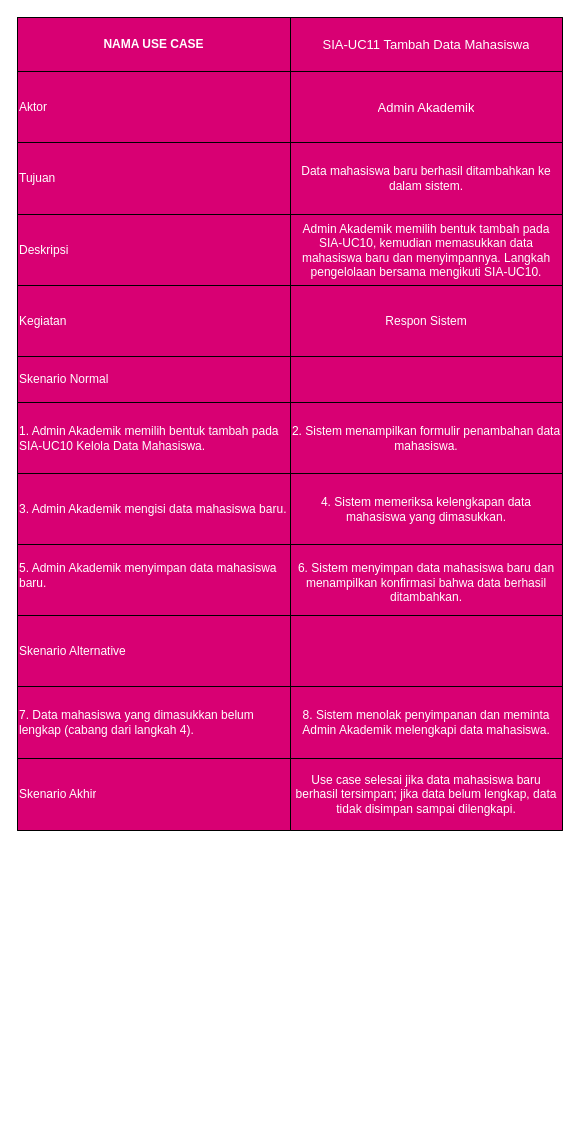
The draw.io diagram page "SIA - UC11" (6 of 8) of 04_model_analisis/P05/SIA/P05_2406006_SIA_skenario_v01.drawio in RahmatAP/IFRWP5149_2406006_LabAlat, before the edit. Source tidied: cells renumbered, new cells numbered last; positions are measured from the earlier drawing's top-left corner, leaving out a move shared by most shapes. Both pictures are drawn from the tidied source at 100%, with x=0, y=0 at pixel (17, 17).
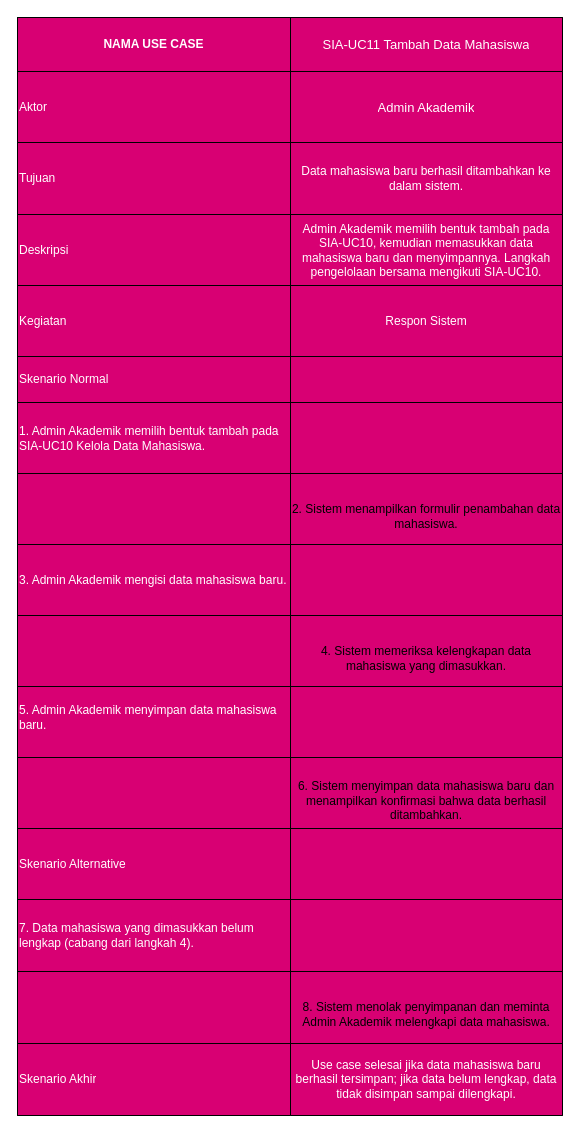
Above is the later version.

Unchanged cells that the change refers to:
```xml
<mxCell id="21" style="shape=tableRow;horizontal=0;startSize=0;swimlaneHead=0;swimlaneBody=0;fillColor=none;fixedHeader=1;labelBorderColor=none;swimlaneFillColor=light-dark(#D80073,transparent);strokeColor=light-dark(#000000,#000000);fontColor=#ffffff;" parent="2" vertex="1">
  <mxGeometry y="385" width="545" height="71" as="geometry" />
</mxCell>
```

What changed in the source:
```diff
@@
     <mxCell id="2" style="shape=table;startSize=0;childLayout=tableLayout;fixedHeader=1;tableRender=collapsed;labelBorderColor=none;swimlaneFillColor=light-dark(#D80073,transparent);strokeColor=light-dark(#000000,#000000);fontColor=#ffffff;" parent="1" vertex="1">
-      <mxGeometry width="545" height="812.5" as="geometry" />
+      <mxGeometry width="545" height="1097.5" as="geometry" />
     </mxCell>
@@
-    <mxCell id="23" value="2. Sistem menampilkan formulir penambahan data mahasiswa." style="shape=partialRectangle;html=1;whiteSpace=wrap;overflow=hidden;labelBorderColor=none;fillColor=light-dark(#D80073,transparent);strokeColor=light-dark(#000000,#000000);fontColor=#ffffff;" parent="21" vertex="1">
+    <mxCell id="23" style="shape=partialRectangle;html=1;whiteSpace=wrap;overflow=hidden;labelBorderColor=none;fillColor=light-dark(#D80073,transparent);strokeColor=light-dark(#000000,#000000);fontColor=#ffffff;" parent="21" vertex="1">
       <mxGeometry x="273" width="272" height="71" as="geometry" />
     </mxCell>
+    <mxCell id="39" style="shape=tableRow;horizontal=0;startSize=0;swimlaneHead=0;swimlaneBody=0;fillColor=none;fixedHeader=1;labelBorderColor=none;swimlaneFillColor=light-dark(#D80073,transparent);strokeColor=light-dark(#000000,#000000);fontColor=#ffffff;" parent="2" vertex="1">
+      <mxGeometry y="456" width="545" height="71" as="geometry" />
+    </mxCell>
+    <mxCell id="40" style="shape=partialRectangle;html=1;whiteSpace=wrap;overflow=hidden;align=left;textShadow=0;labelBorderColor=none;fillColor=light-dark(#D80073,transparent);strokeColor=light-dark(#000000,#000000);fontColor=#ffffff;" parent="39" vertex="1">
+      <mxGeometry width="273" height="71" as="geometry" />
+    </mxCell>
+    <mxCell id="41" value="&lt;span&gt;&lt;br&gt;&lt;span style=&quot;font-family: Helvetica; font-size: 12px; font-style: normal; font-variant-ligatures: normal; font-variant-caps: normal; font-weight: 400; letter-spacing: normal; orphans: 2; text-align: center; text-indent: 0px; text-transform: none; widows: 2; word-spacing: 0px; -webkit-text-stroke-width: 0px; white-space: normal; text-decoration-thickness: initial; text-decoration-style: initial; text-decoration-color: initial; float: none; display: inline !important;&quot;&gt;2. Sistem menampilkan formulir penambahan data mahasiswa.&lt;/span&gt;&lt;br&gt;&lt;/span&gt;" style="shape=partialRectangle;html=1;whiteSpace=wrap;overflow=hidden;labelBorderColor=none;fillColor=light-dark(#D80073,transparent);strokeColor=light-dark(#000000,#000000);fontColor=light-dark(#000000,#000000);" parent="39" vertex="1">
+      <mxGeometry x="273" width="272" height="71" as="geometry" />
+    </mxCell>
     <mxCell id="24" style="shape=tableRow;horizontal=0;startSize=0;swimlaneHead=0;swimlaneBody=0;fillColor=none;fixedHeader=1;labelBorderColor=none;swimlaneFillColor=light-dark(#D80073,transparent);strokeColor=light-dark(#000000,#000000);fontColor=#ffffff;" parent="2" vertex="1">
-      <mxGeometry y="456" width="545" height="71" as="geometry" />
+      <mxGeometry y="527" width="545" height="71" as="geometry" />
     </mxCell>
@@
-    <mxCell id="26" value="4. Sistem memeriksa kelengkapan data mahasiswa yang dimasukkan." style="shape=partialRectangle;html=1;whiteSpace=wrap;overflow=hidden;labelBorderColor=none;fillColor=light-dark(#D80073,transparent);strokeColor=light-dark(#000000,#000000);fontColor=#ffffff;" parent="24" vertex="1">
+    <mxCell id="26" style="shape=partialRectangle;html=1;whiteSpace=wrap;overflow=hidden;labelBorderColor=none;fillColor=light-dark(#D80073,transparent);strokeColor=light-dark(#000000,#000000);fontColor=#ffffff;" parent="24" vertex="1">
       <mxGeometry x="273" width="272" height="71" as="geometry" />
     </mxCell>
+    <mxCell id="42" style="shape=tableRow;horizontal=0;startSize=0;swimlaneHead=0;swimlaneBody=0;fillColor=none;fixedHeader=1;labelBorderColor=none;swimlaneFillColor=light-dark(#D80073,transparent);strokeColor=light-dark(#000000,#000000);fontColor=#ffffff;" parent="2" vertex="1">
+      <mxGeometry y="598" width="545" height="71" as="geometry" />
+    </mxCell>
+    <mxCell id="43" style="shape=partialRectangle;html=1;whiteSpace=wrap;overflow=hidden;align=left;textShadow=0;labelBorderColor=none;fillColor=light-dark(#D80073,transparent);strokeColor=light-dark(#000000,#000000);fontColor=#ffffff;" parent="42" vertex="1">
+      <mxGeometry width="273" height="71" as="geometry" />
+    </mxCell>
+    <mxCell id="44" value="&lt;span&gt;&lt;br&gt;&lt;span style=&quot;font-family: Helvetica; font-size: 12px; font-style: normal; font-variant-ligatures: normal; font-variant-caps: normal; font-weight: 400; letter-spacing: normal; orphans: 2; text-align: center; text-indent: 0px; text-transform: none; widows: 2; word-spacing: 0px; -webkit-text-stroke-width: 0px; white-space: normal; text-decoration-thickness: initial; text-decoration-style: initial; text-decoration-color: initial; float: none; display: inline !important;&quot;&gt;4. Sistem memeriksa kelengkapan data mahasiswa yang dimasukkan.&lt;/span&gt;&lt;br&gt;&lt;/span&gt;" style="shape=partialRectangle;html=1;whiteSpace=wrap;overflow=hidden;labelBorderColor=none;fillColor=light-dark(#D80073,transparent);strokeColor=light-dark(#000000,#000000);fontColor=light-dark(#000000,#000000);" parent="42" vertex="1">
+      <mxGeometry x="273" width="272" height="71" as="geometry" />
+    </mxCell>
     <mxCell id="27" style="shape=tableRow;horizontal=0;startSize=0;swimlaneHead=0;swimlaneBody=0;fillColor=none;fixedHeader=1;labelBorderColor=none;swimlaneFillColor=light-dark(#D80073,transparent);strokeColor=light-dark(#000000,#000000);fontColor=#ffffff;" parent="2" vertex="1">
-      <mxGeometry y="527" width="545" height="71" as="geometry" />
+      <mxGeometry y="669" width="545" height="71" as="geometry" />
     </mxCell>
@@
-    <mxCell id="29" value="&#10;&lt;span&gt;6. &lt;/span&gt;&lt;span&gt;Sistem &lt;/span&gt;&lt;span&gt;menyimpan &lt;/span&gt;&lt;span&gt;data &lt;/span&gt;&lt;span&gt;mahasiswa &lt;/span&gt;&lt;span&gt;baru &lt;/span&gt;&lt;span&gt;dan &lt;/span&gt;&lt;span&gt;menampilkan &lt;/span&gt;&lt;span&gt;konfirmasi &lt;/span&gt;&lt;span&gt;bahwa &lt;/span&gt;&lt;span&gt;data &lt;/span&gt;&lt;span&gt;berhasil &lt;/span&gt;&lt;span&gt;ditambahkan.&lt;/span&gt;&#10;&#10;" style="shape=partialRectangle;html=1;whiteSpace=wrap;overflow=hidden;labelBorderColor=none;fillColor=light-dark(#D80073,transparent);strokeColor=light-dark(#000000,#000000);fontColor=#ffffff;" parent="27" vertex="1">
+    <mxCell id="29" style="shape=partialRectangle;html=1;whiteSpace=wrap;overflow=hidden;labelBorderColor=none;fillColor=light-dark(#D80073,transparent);strokeColor=light-dark(#000000,#000000);fontColor=#ffffff;" parent="27" vertex="1">
       <mxGeometry x="273" width="272" height="71" as="geometry" />
     </mxCell>
+    <mxCell id="45" style="shape=tableRow;horizontal=0;startSize=0;swimlaneHead=0;swimlaneBody=0;fillColor=none;fixedHeader=1;labelBorderColor=none;swimlaneFillColor=light-dark(#D80073,transparent);strokeColor=light-dark(#000000,#000000);fontColor=#ffffff;" parent="2" vertex="1">
+      <mxGeometry y="740" width="545" height="71" as="geometry" />
+    </mxCell>
+    <mxCell id="46" style="shape=partialRectangle;html=1;whiteSpace=wrap;overflow=hidden;align=left;textShadow=0;labelBorderColor=none;fillColor=light-dark(#D80073,transparent);strokeColor=light-dark(#000000,#000000);fontColor=#ffffff;" parent="45" vertex="1">
+      <mxGeometry width="273" height="71" as="geometry" />
+    </mxCell>
+    <mxCell id="47" value="&lt;span&gt;&lt;br style=&quot;forced-color-adjust: none; font-family: Helvetica; font-size: 12px; font-style: normal; font-variant-ligatures: normal; font-variant-caps: normal; font-weight: 400; letter-spacing: normal; orphans: 2; text-align: center; text-indent: 0px; text-transform: none; widows: 2; word-spacing: 0px; -webkit-text-stroke-width: 0px; white-space: normal; text-decoration-thickness: initial; text-decoration-style: initial; text-decoration-color: initial; box-shadow: none !important;&quot;&gt;&lt;span style=&quot;forced-color-adjust: none; font-family: Helvetica; font-size: 12px; font-style: normal; font-variant-ligatures: normal; font-variant-caps: normal; font-weight: 400; letter-spacing: normal; orphans: 2; text-align: center; text-indent: 0px; text-transform: none; widows: 2; word-spacing: 0px; -webkit-text-stroke-width: 0px; white-space: normal; text-decoration-thickness: initial; text-decoration-style: initial; text-decoration-color: initial; box-shadow: none !important;&quot;&gt;6. &lt;/span&gt;&lt;span style=&quot;forced-color-adjust: none; font-family: Helvetica; font-size: 12px; font-style: normal; font-variant-ligatures: normal; font-variant-caps: normal; font-weight: 400; letter-spacing: normal; orphans: 2; text-align: center; text-indent: 0px; text-transform: none; widows: 2; word-spacing: 0px; -webkit-text-stroke-width: 0px; white-space: normal; text-decoration-thickness: initial; text-decoration-style: initial; text-decoration-color: initial; box-shadow: none !important;&quot;&gt;Sistem &lt;/span&gt;&lt;span style=&quot;forced-color-adjust: none; font-family: Helvetica; font-size: 12px; font-style: normal; font-variant-ligatures: normal; font-variant-caps: normal; font-weight: 400; letter-spacing: normal; orphans: 2; text-align: center; text-indent: 0px; text-transform: none; widows: 2; word-spacing: 0px; -webkit-text-stroke-width: 0px; white-space: normal; text-decoration-thickness: initial; text-decoration-style: initial; text-decoration-color: initial; box-shadow: none !important;&quot;&gt;menyimpan &lt;/span&gt;&lt;span style=&quot;forced-color-adjust: none; font-family: Helvetica; font-size: 12px; font-style: normal; font-variant-ligatures: normal; font-variant-caps: normal; font-weight: 400; letter-spacing: normal; orphans: 2; text-align: center; text-indent: 0px; text-transform: none; widows: 2; word-spacing: 0px; -webkit-text-stroke-width: 0px; white-space: normal; text-decoration-thickness: initial; text-decoration-style: initial; text-decoration-color: initial; box-shadow: none !important;&quot;&gt;data &lt;/span&gt;&lt;span style=&quot;forced-color-adjust: none; font-family: Helvetica; font-size: 12px; font-style: normal; font-variant-ligatures: normal; font-variant-caps: normal; font-weight: 400; letter-spacing: normal; orphans: 2; text-align: center; text-indent: 0px; text-transform: none; widows: 2; word-spacing: 0px; -webkit-text-stroke-width: 0px; white-space: normal; text-decoration-thickness: initial; text-decoration-style: initial; text-decoration-color: initial; box-shadow: none !important;&quot;&gt;mahasiswa &lt;/span&gt;&lt;span style=&quot;forced-color-adjust: none; font-family: Helvetica; font-size: 12px; font-style: normal; font-variant-ligatures: normal; font-variant-caps: normal; font-weight: 400; letter-spacing: normal; orphans: 2; text-align: center; text-indent: 0px; text-transform: none; widows: 2; word-spacing: 0px; -webkit-text-stroke-width: 0px; white-space: normal; text-decoration-thickness: initial; text-decoration-style: initial; text-decoration-color: initial; box-shadow: none !important;&quot;&gt;baru &lt;/span&gt;&lt;span style=&quot;forced-color-adjust: none; font-family: Helvetica; font-size: 12px; font-style: normal; font-variant-ligatures: normal; font-variant-caps: normal; font-weight: 400; letter-spacing: normal; orphans: 2; text-align: center; text-indent: 0px; text-transform: none; widows: 2; word-spacing: 0px; -webkit-text-stroke-width: 0px; white-space: normal; text-decoration-thickness: initial; text-decoration-style: initial; text-decoration-color: initial; box-shadow: none !important;&quot;&gt;dan &lt;/span&gt;&lt;span style=&quot;forced-color-adjust: none; font-family: Helvetica; font-size: 12px; font-style: normal; font-variant-ligatures: normal; font-variant-caps: normal; font-weight: 400; letter-spacing: normal; orphans: 2; text-align: center; text-indent: 0px; text-transform: none; widows: 2; word-spacing: 0px; -webkit-text-stroke-width: 0px; white-space: normal; text-decoration-thickness: initial; text-decoration-style: initial; text-decoration-color: initial; box-shadow: none !important;&quot;&gt;menampilkan &lt;/span&gt;&lt;span style=&quot;forced-color-adjust: none; font-family: Helvetica; font-size: 12px; font-style: normal; font-variant-ligatures: normal; font-variant-caps: normal; font-weight: 400; letter-spacing: normal; orphans: 2; text-align: center; text-indent: 0px; text-transform: none; widows: 2; word-spacing: 0px; -webkit-text-stroke-width: 0px; white-space: normal; text-decoration-thickness: initial; text-decoration-style: initial; text-decoration-color: initial; box-shadow: none !important;&quot;&gt;konfirmasi &lt;/span&gt;&lt;span style=&quot;forced-color-adjust: none; font-family: Helvetica; font-size: 12px; font-style: normal; font-variant-ligatures: normal; font-variant-caps: normal; font-weight: 400; letter-spacing: normal; orphans: 2; text-align: center; text-indent: 0px; text-transform: none; widows: 2; word-spacing: 0px; -webkit-text-stroke-width: 0px; white-space: normal; text-decoration-thickness: initial; text-decoration-style: initial; text-decoration-color: initial; box-shadow: none !important;&quot;&gt;bahwa &lt;/span&gt;&lt;span style=&quot;forced-color-adjust: none; font-family: Helvetica; font-size: 12px; font-style: normal; font-variant-ligatures: normal; font-variant-caps: normal; font-weight: 400; letter-spacing: normal; orphans: 2; text-align: center; text-indent: 0px; text-transform: none; widows: 2; word-spacing: 0px; -webkit-text-stroke-width: 0px; white-space: normal; text-decoration-thickness: initial; text-decoration-style: initial; text-decoration-color: initial; box-shadow: none !important;&quot;&gt;data &lt;/span&gt;&lt;span style=&quot;forced-color-adjust: none; font-family: Helvetica; font-size: 12px; font-style: normal; font-variant-ligatures: normal; font-variant-caps: normal; font-weight: 400; letter-spacing: normal; orphans: 2; text-align: center; text-indent: 0px; text-transform: none; widows: 2; word-spacing: 0px; -webkit-text-stroke-width: 0px; white-space: normal; text-decoration-thickness: initial; text-decoration-style: initial; text-decoration-color: initial; box-shadow: none !important;&quot;&gt;berhasil &lt;/span&gt;&lt;span style=&quot;forced-color-adjust: none; font-family: Helvetica; font-size: 12px; font-style: normal; font-variant-ligatures: normal; font-variant-caps: normal; font-weight: 400; letter-spacing: normal; orphans: 2; text-align: center; text-indent: 0px; text-transform: none; widows: 2; word-spacing: 0px; -webkit-text-stroke-width: 0px; white-space: normal; text-decoration-thickness: initial; text-decoration-style: initial; text-decoration-color: initial; box-shadow: none !important;&quot;&gt;ditambahkan.&lt;/span&gt;&lt;/span&gt;" style="shape=partialRectangle;html=1;whiteSpace=wrap;overflow=hidden;labelBorderColor=none;fillColor=light-dark(#D80073,transparent);strokeColor=light-dark(#000000,#000000);fontColor=light-dark(#000000,#000000);" parent="45" vertex="1">
+      <mxGeometry x="273" width="272" height="71" as="geometry" />
+    </mxCell>
     <mxCell id="30" style="shape=tableRow;horizontal=0;startSize=0;swimlaneHead=0;swimlaneBody=0;fillColor=none;fixedHeader=1;labelBorderColor=none;swimlaneFillColor=light-dark(#D80073,transparent);strokeColor=light-dark(#000000,#000000);fontColor=#ffffff;" parent="2" vertex="1">
-      <mxGeometry y="598" width="545" height="71" as="geometry" />
+      <mxGeometry y="811" width="545" height="71" as="geometry" />
     </mxCell>
@@
     <mxCell id="33" style="shape=tableRow;horizontal=0;startSize=0;swimlaneHead=0;swimlaneBody=0;fillColor=none;fixedHeader=1;labelBorderColor=none;swimlaneFillColor=light-dark(#D80073,transparent);strokeColor=light-dark(#000000,#000000);fontColor=#ffffff;" parent="2" vertex="1">
-      <mxGeometry y="669" width="545" height="72" as="geometry" />
+      <mxGeometry y="882" width="545" height="72" as="geometry" />
     </mxCell>
@@
-    <mxCell id="35" value="8. Sistem menolak penyimpanan dan meminta Admin Akademik melengkapi data mahasiswa." style="shape=partialRectangle;html=1;whiteSpace=wrap;overflow=hidden;labelBorderColor=none;fillColor=light-dark(#D80073,transparent);strokeColor=light-dark(#000000,#000000);fontColor=#ffffff;" parent="33" vertex="1">
+    <mxCell id="35" style="shape=partialRectangle;html=1;whiteSpace=wrap;overflow=hidden;labelBorderColor=none;fillColor=light-dark(#D80073,transparent);strokeColor=light-dark(#000000,#000000);fontColor=#ffffff;" parent="33" vertex="1">
       <mxGeometry x="273" width="272" height="72" as="geometry" />
     </mxCell>
+    <mxCell id="48" style="shape=tableRow;horizontal=0;startSize=0;swimlaneHead=0;swimlaneBody=0;fillColor=none;fixedHeader=1;labelBorderColor=none;swimlaneFillColor=light-dark(#D80073,transparent);strokeColor=light-dark(#000000,#000000);fontColor=#ffffff;" parent="2" vertex="1">
+      <mxGeometry y="954" width="545" height="72" as="geometry" />
+    </mxCell>
+    <mxCell id="49" style="shape=partialRectangle;html=1;whiteSpace=wrap;overflow=hidden;align=left;textShadow=0;labelBorderColor=none;fillColor=light-dark(#D80073,transparent);strokeColor=light-dark(#000000,#000000);fontColor=#ffffff;" parent="48" vertex="1">
+      <mxGeometry width="273" height="72" as="geometry" />
+    </mxCell>
+    <mxCell id="50" value="&lt;span&gt;&lt;br&gt;&lt;span style=&quot;font-family: Helvetica; font-size: 12px; font-style: normal; font-variant-ligatures: normal; font-variant-caps: normal; font-weight: 400; letter-spacing: normal; orphans: 2; text-align: center; text-indent: 0px; text-transform: none; widows: 2; word-spacing: 0px; -webkit-text-stroke-width: 0px; white-space: normal; text-decoration-thickness: initial; text-decoration-style: initial; text-decoration-color: initial; float: none; display: inline !important;&quot;&gt;8. Sistem menolak penyimpanan dan meminta Admin Akademik melengkapi data mahasiswa.&lt;/span&gt;&lt;/span&gt;" style="shape=partialRectangle;html=1;whiteSpace=wrap;overflow=hidden;labelBorderColor=none;fillColor=light-dark(#D80073,transparent);strokeColor=light-dark(#000000,#000000);fontColor=light-dark(#000000,#000000);" parent="48" vertex="1">
+      <mxGeometry x="273" width="272" height="72" as="geometry" />
+    </mxCell>
     <mxCell id="36" style="shape=tableRow;horizontal=0;startSize=0;swimlaneHead=0;swimlaneBody=0;fillColor=none;fixedHeader=1;labelBorderColor=none;swimlaneFillColor=light-dark(#D80073,transparent);strokeColor=light-dark(#000000,#000000);fontColor=#ffffff;" parent="2" vertex="1">
-      <mxGeometry y="741" width="545" height="72" as="geometry" />
+      <mxGeometry y="1026" width="545" height="72" as="geometry" />
     </mxCell>
```
